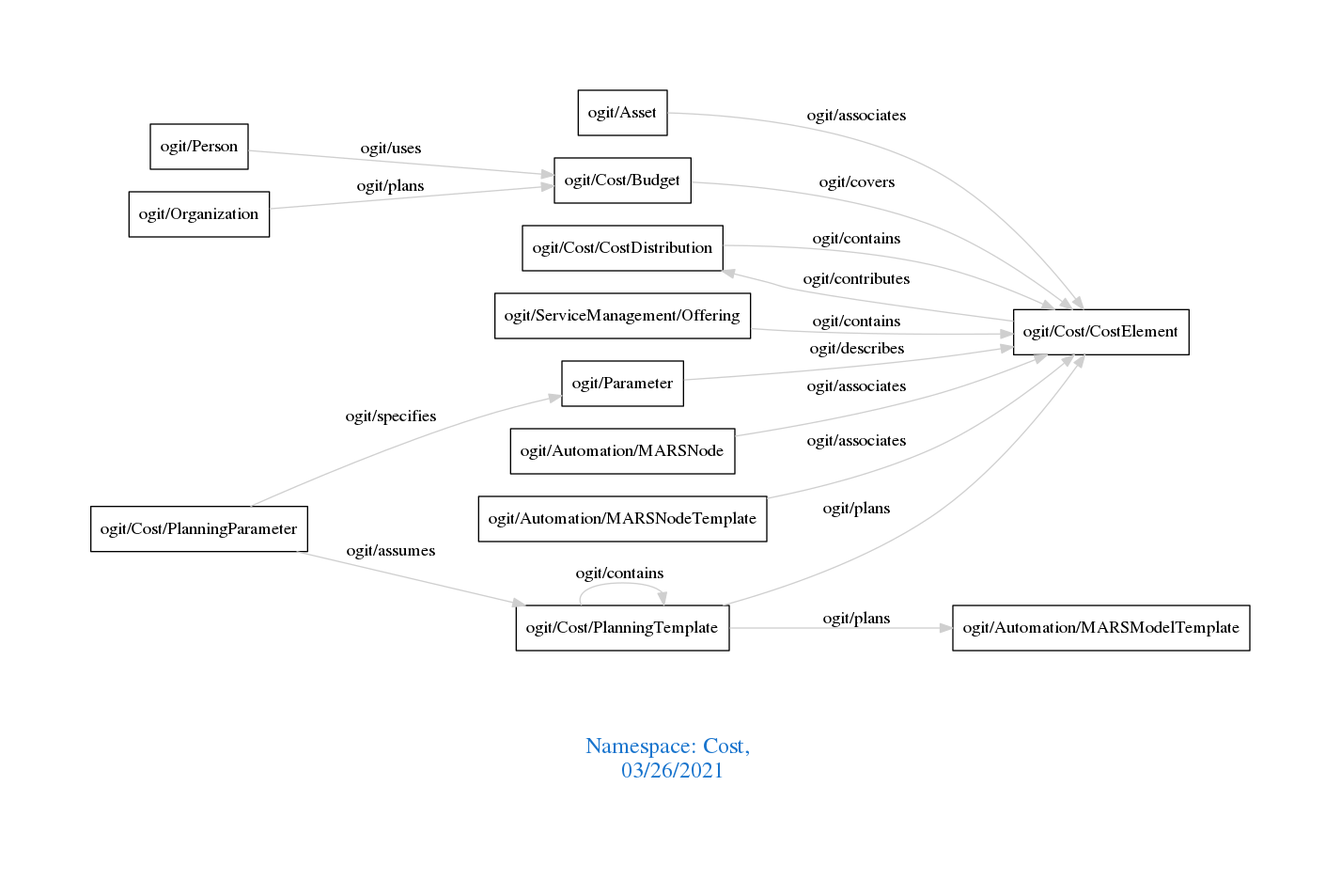
arago/OGIT keeps this Graphviz diagram as downloads/Cost.png. Above is the earlier version. Its source is kept beside it as downloads/Cost.dot.
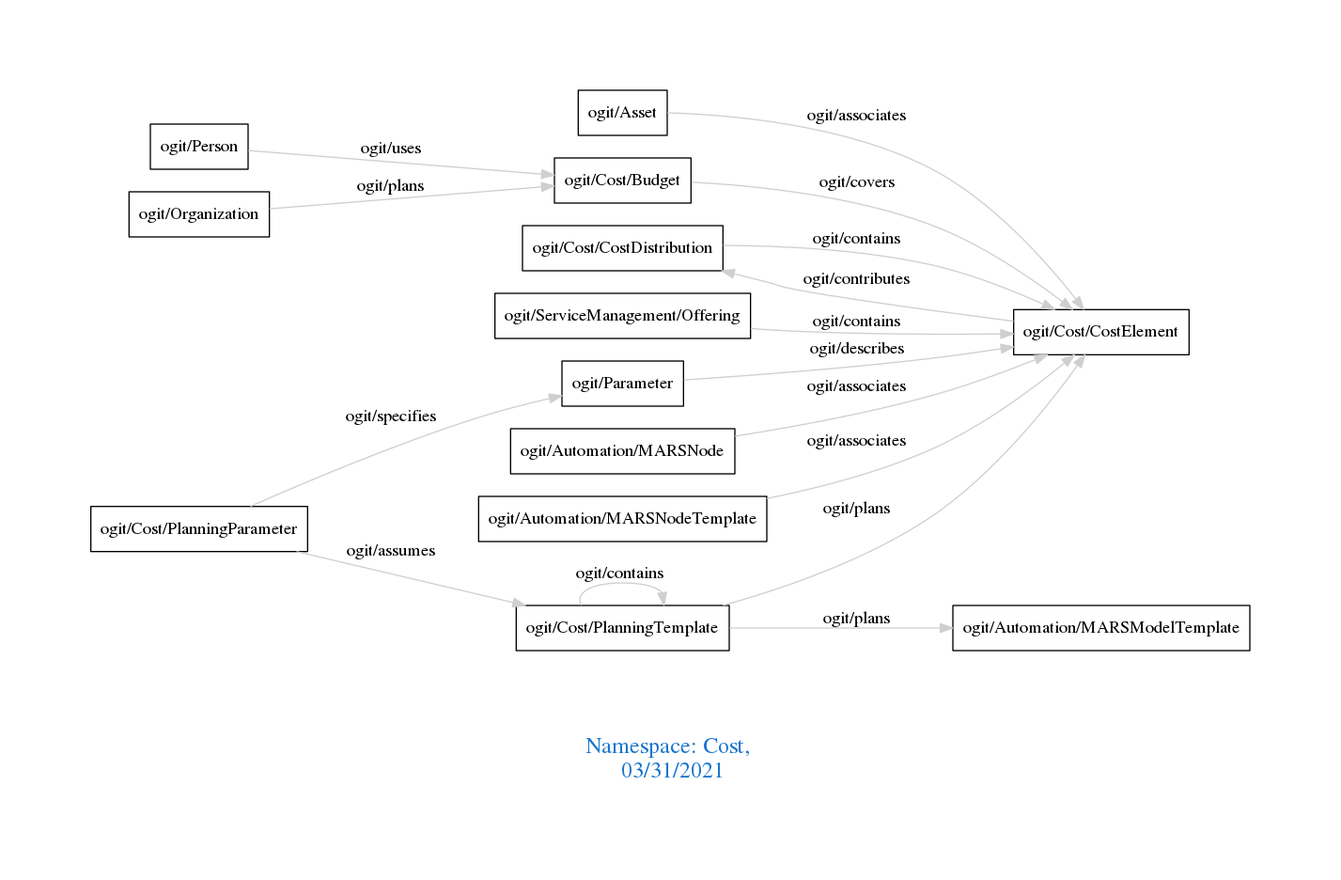
After the commit.

What changed in the source:
```diff
@@ -1,7 +1,7 @@
 digraph OGIT_ontology {
  graph [ rankdir= LR,pad=1
 fontsize = 18,
-fontcolor= dodgerblue3,label = "\n\n\nNamespace: Cost, \n 03/26/2021"];
+fontcolor= dodgerblue3,label = "\n\n\nNamespace: Cost, \n 03/31/2021"];
 node[shape=polygon];
 edge [  color="gray81"];
 
```
